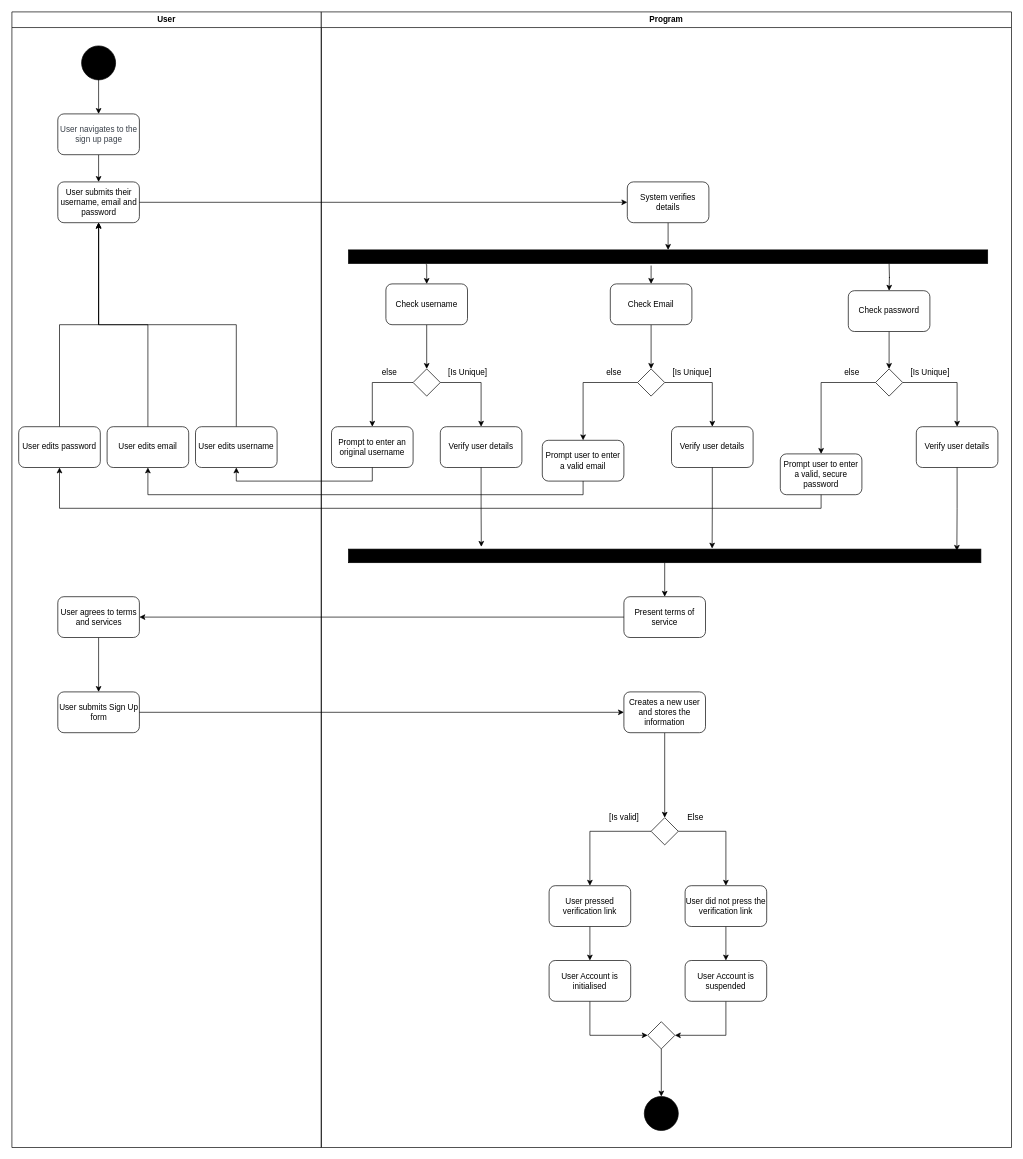
Earlier version of the draw.io diagram Assignment 3/Activity 1/A3_SignUp_ActivityDiagram.drawio (s3950562/U_IT01_2). Source tidied: cells renumbered, new cells numbered last; positions are measured from the earlier drawing's top-left corner, leaving out a move shared by most shapes. Both pictures are drawn from the tidied source at 68%, with x=0, y=0 at pixel (12, 12).
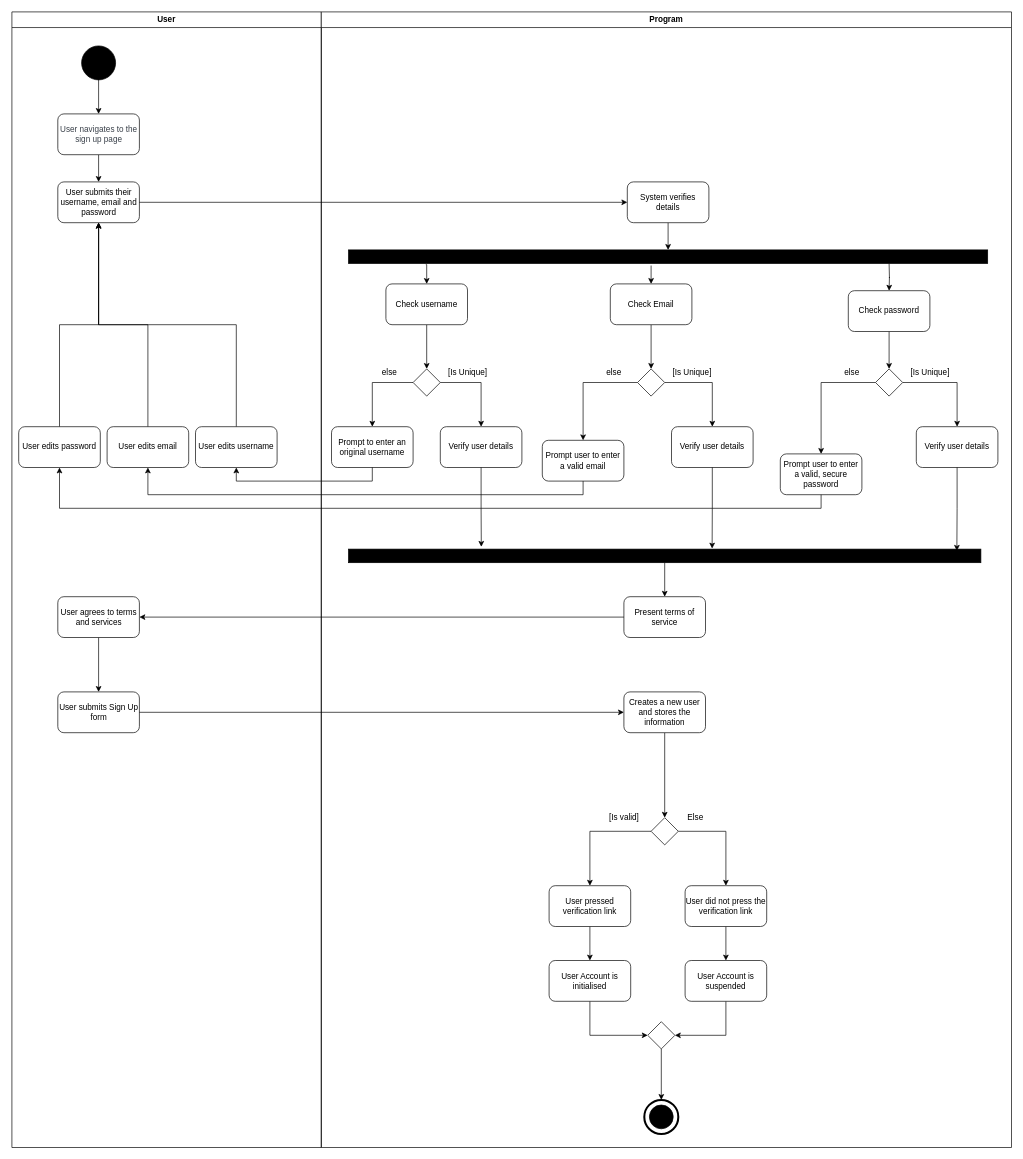
The same diagram, later.

Commit message (it also covers changes not shown here):
Activity diagram fixes in progress

Unchanged cells that the change refers to:
```xml
<mxCell id="17" value="Program" style="swimlane;whiteSpace=wrap;html=1;" parent="1" vertex="1">
  <mxGeometry x="455" width="1015" height="1670" as="geometry" />
</mxCell>
<mxCell id="71" style="rhombus;whiteSpace=wrap;html=1;" parent="17" vertex="1">
  <mxGeometry x="480" y="1485" width="40" height="40" as="geometry" />
</mxCell>
```

Change to the diagram source:
```diff
@@
-    <mxCell id="70" style="edgeStyle=orthogonalEdgeStyle;rounded=0;jettySize=auto;html=1;exitX=0.5;exitY=1;exitDx=0;exitDy=0;entryX=0.5;entryY=0;entryDx=0;entryDy=0;" parent="17" edge="1" source="71" target="72">
+    <mxCell id="70" style="edgeStyle=orthogonalEdgeStyle;rounded=0;jettySize=auto;html=1;exitX=0.5;exitY=1;exitDx=0;exitDy=0;entryX=0.5;entryY=0;entryDx=0;entryDy=0;entryPerimeter=0;" parent="17" edge="1" source="71" target="82">
       <mxGeometry relative="1" as="geometry" />
     </mxCell>
@@
-    <mxCell id="72" style="ellipse;whiteSpace=wrap;html=1;fillColor=#000000;" parent="17" vertex="1">
-      <mxGeometry x="475" y="1595" width="50" height="50" as="geometry" />
-    </mxCell>
@@
+    <mxCell id="81" style="group;" parent="17" vertex="1">
+      <mxGeometry x="475" y="1600" width="50" height="50" as="geometry" />
+    </mxCell>
+    <mxCell id="82" style="ellipse;whiteSpace=wrap;html=1;fillColor=none;strokeWidth=3;" parent="81" vertex="1">
+      <mxGeometry width="50" height="50" as="geometry" />
+    </mxCell>
+    <mxCell id="83" style="ellipse;whiteSpace=wrap;html=1;fillColor=#000000;" parent="81" vertex="1">
+      <mxGeometry x="7.5" y="7.5" width="35" height="35" as="geometry" />
+    </mxCell>
```
